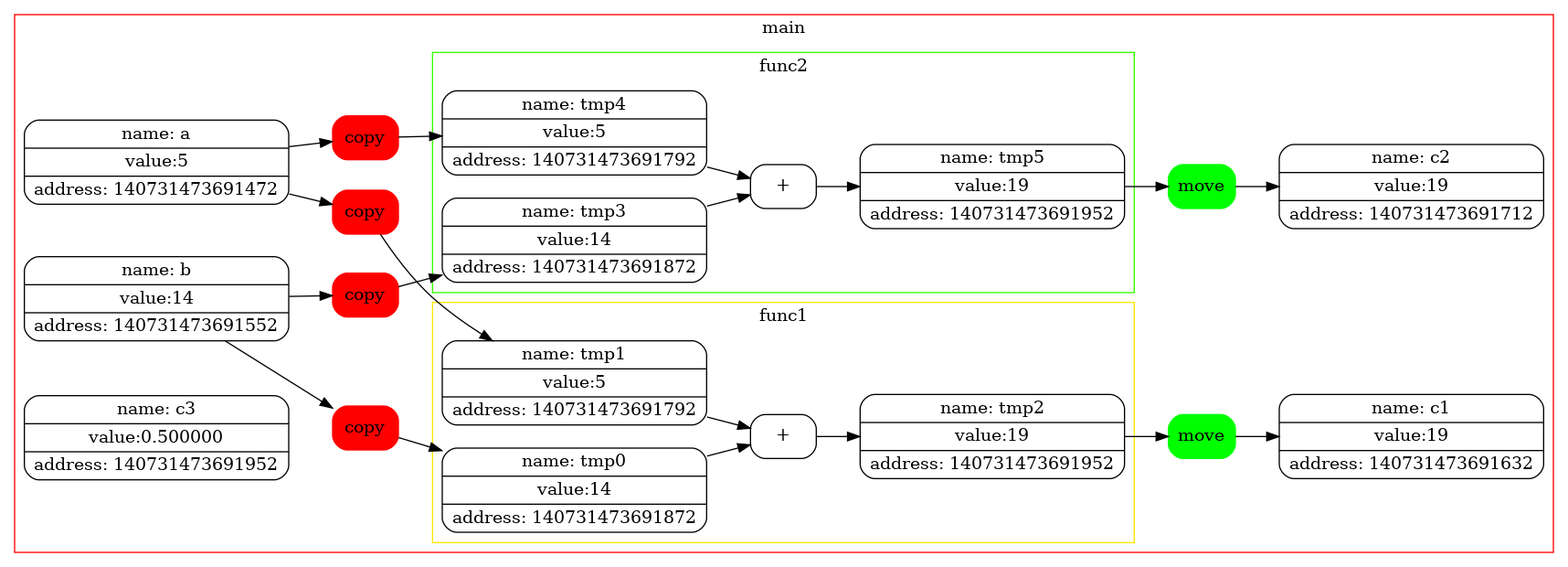
This is graph.png from levasemin/Move_Semantic, a Graphviz export, as it was before one commit. Its source is kept beside it as graph.dot.
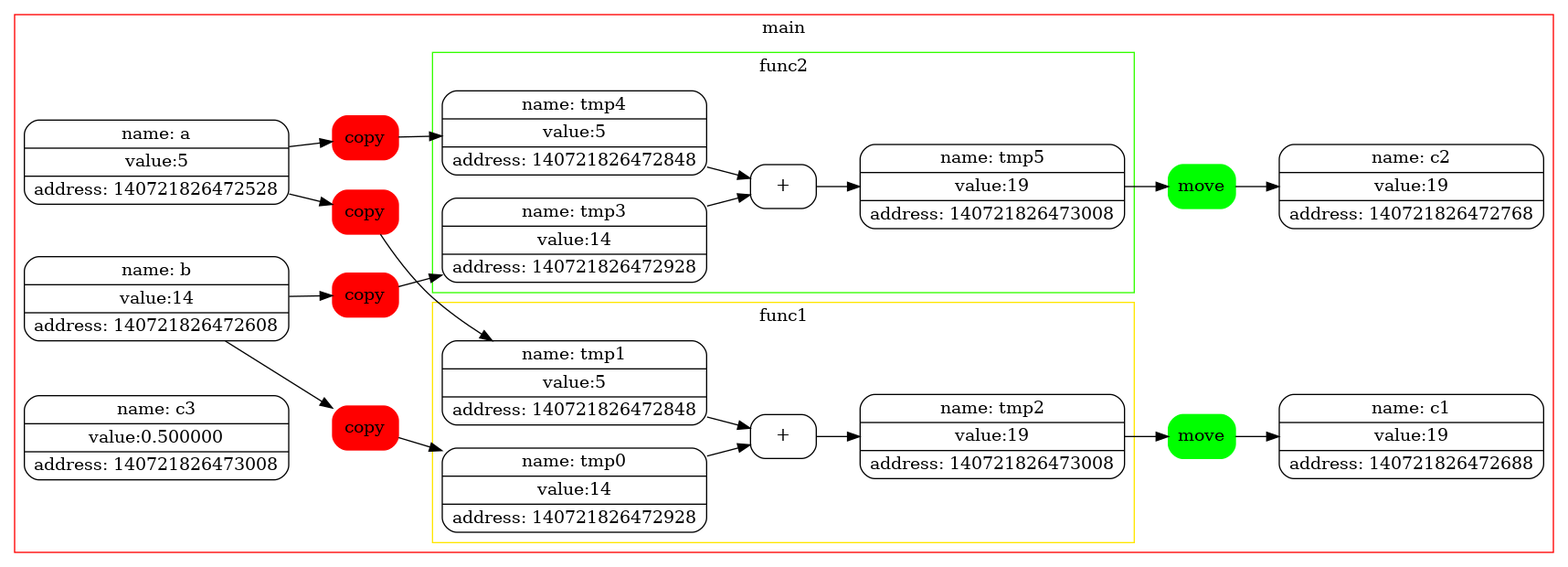
After the change.

Change to the diagram source:
```diff
@@ -5,15 +5,15 @@
 subgraph "cluster_0" {
 label = main;
 color = "0.0,1,1";
-1[label=" name: a | value:5 | address: 140731473691472 " ];
-2[label=" name: b | value:14 | address: 140731473691552 " ];
+1[label=" name: a | value:5 | address: 140721826472528 " ];
+2[label=" name: b | value:14 | address: 140721826472608 " ];
 3[label="copy" color = "red" style = "filled"];
 2->3;
-4[label=" name: tmp0 | value:14 | address: 140731473691872 " ];
+4[label=" name: tmp0 | value:14 | address: 140721826472928 " ];
 3->4;
 5[label="copy" color = "red" style = "filled"];
 1->5;
-6[label=" name: tmp1 | value:5 | address: 140731473691792 " ];
+6[label=" name: tmp1 | value:5 | address: 140721826472848 " ];
 5->6;
 subgraph "cluster_1" {
 label = func1;
@@ -21,20 +21,20 @@
 7[label="+" color = "black" style = ""];
 6->7;
 4->7;
-8[label=" name: tmp2 | value:19 | address: 140731473691952 " ];
+8[label=" name: tmp2 | value:19 | address: 140721826473008 " ];
 7->8;
 }
 9[label="move" color = "green" style = "filled"];
 8->9;
-10[label=" name: c1 | value:19 | address: 140731473691632 " ];
+10[label=" name: c1 | value:19 | address: 140721826472688 " ];
 9->10;
 11[label="copy" color = "red" style = "filled"];
 2->11;
-12[label=" name: tmp3 | value:14 | address: 140731473691872 " ];
+12[label=" name: tmp3 | value:14 | address: 140721826472928 " ];
 11->12;
 13[label="copy" color = "red" style = "filled"];
 1->13;
-14[label=" name: tmp4 | value:5 | address: 140731473691792 " ];
+14[label=" name: tmp4 | value:5 | address: 140721826472848 " ];
 13->14;
 subgraph "cluster_2" {
 label = func2;
@@ -42,13 +42,13 @@
 15[label="+" color = "black" style = ""];
 14->15;
 12->15;
-16[label=" name: tmp5 | value:19 | address: 140731473691952 " ];
+16[label=" name: tmp5 | value:19 | address: 140721826473008 " ];
 15->16;
 }
 17[label="move" color = "green" style = "filled"];
 16->17;
-18[label=" name: c2 | value:19 | address: 140731473691712 " ];
+18[label=" name: c2 | value:19 | address: 140721826472768 " ];
 17->18;
-19[label=" name: c3 | value:0.500000 | address: 140731473691952 " ];
+19[label=" name: c3 | value:0.500000 | address: 140721826473008 " ];
 }
 }
```
